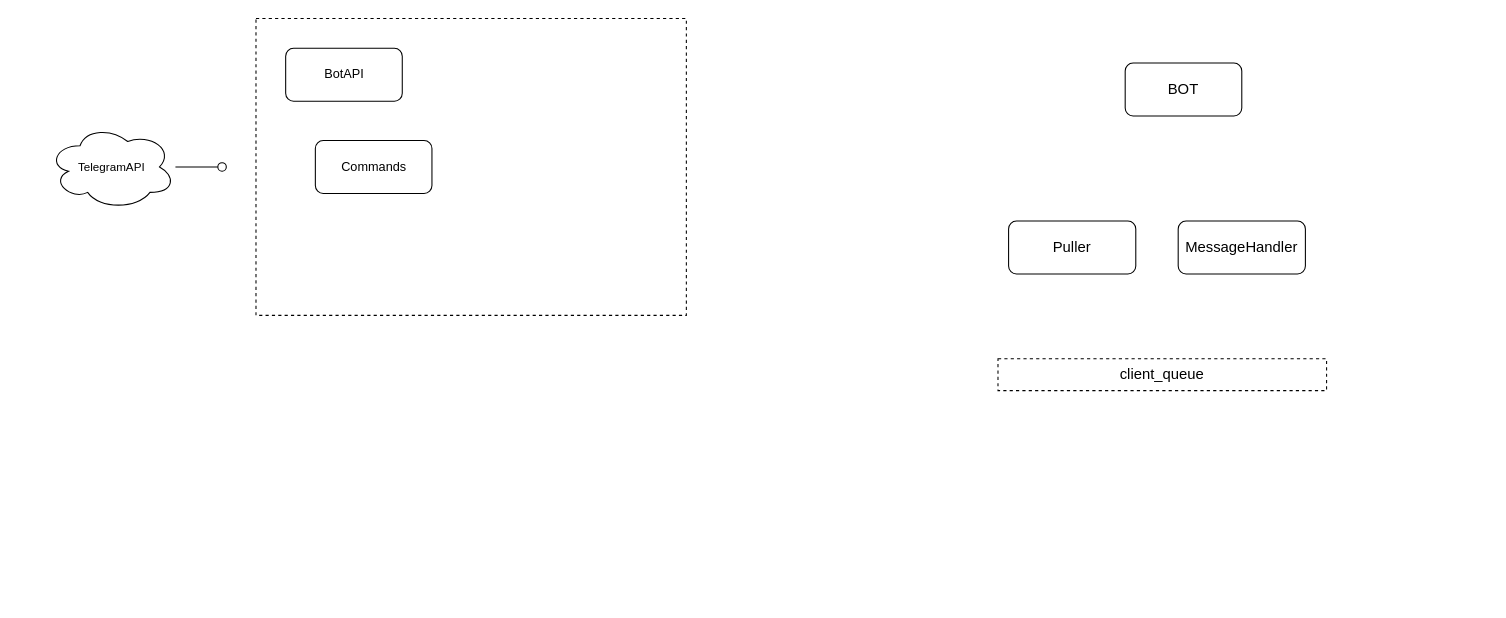
Earlier version of the draw.io diagram structure.drawio (jopiks-s/shutdowns). Source tidied: cells renumbered, new cells numbered last; positions are measured from the earlier drawing's top-left corner, leaving out a move shared by most shapes. Both pictures are drawn from the tidied source at 106%, with x=0, y=0 at pixel (48, 18).
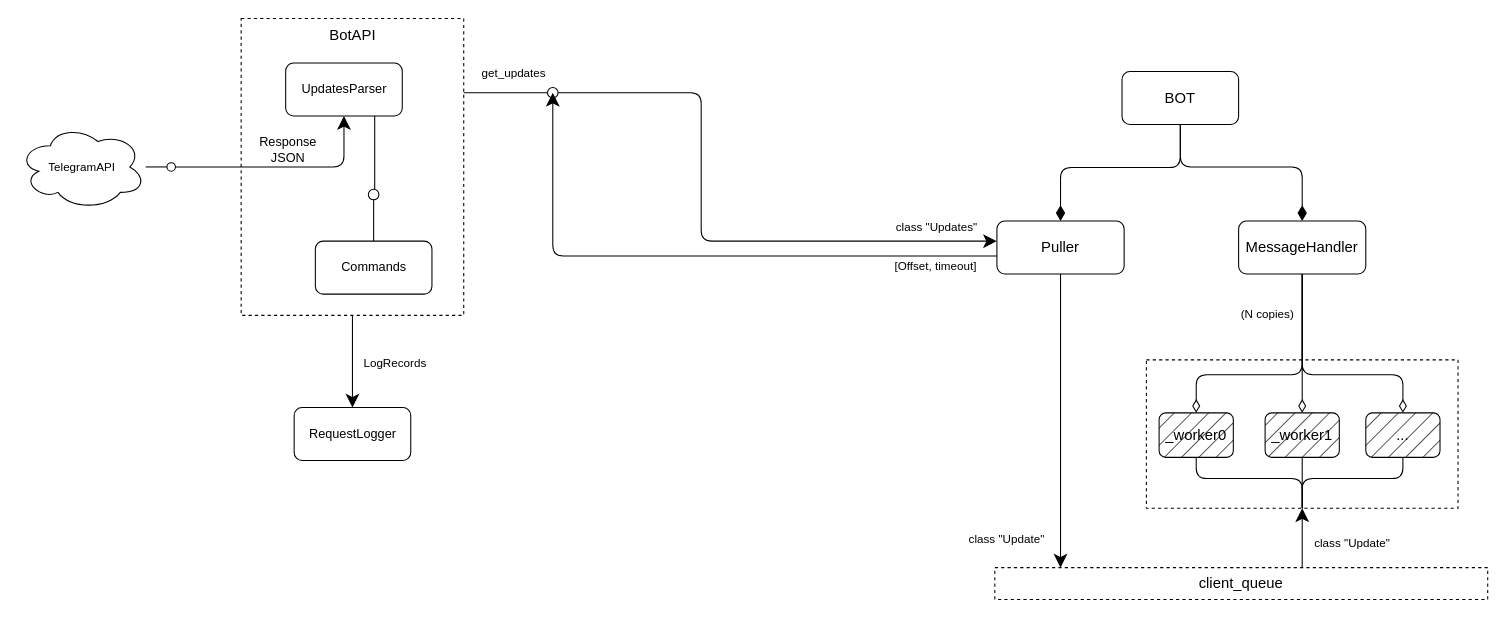
The same page after the edit.

Change to the diagram source:
```diff
@@
+    <mxCell id="12" style="edgeStyle=orthogonalEdgeStyle;shape=connector;rounded=1;jettySize=auto;html=1;labelBackgroundColor=default;strokeColor=default;fontFamily=Helvetica;fontSize=11;fontColor=default;endArrow=diamondThin;endFill=1;endSize=12;" parent="1" edge="1" source="2" target="6">
+      <mxGeometry relative="1" as="geometry" />
+    </mxCell>
     <mxCell id="2" value="&lt;font style=&quot;font-size: 14px;&quot;&gt;BOT&lt;/font&gt;" style="rounded=1;whiteSpace=wrap;html=1;" parent="1" vertex="1">
-      <mxGeometry x="1016" y="42" width="110" height="50" as="geometry" />
+      <mxGeometry x="1013" y="50" width="110" height="50" as="geometry" />
     </mxCell>
@@
     <mxCell id="4" style="ellipse;html=1;fontSize=11;align=center;fillColor=none;points=[];verticalAlign=bottom;labelPosition=center;verticalLabelPosition=top;flipH=1;" parent="1" vertex="1">
-      <mxGeometry x="160" y="136" width="8" height="8" as="geometry" />
+      <mxGeometry x="112" y="136" width="8" height="8" as="geometry" />
     </mxCell>
+    <mxCell id="13" style="edgeStyle=orthogonalEdgeStyle;rounded=1;jettySize=auto;html=1;endSize=10;" parent="1" edge="1" source="4" target="19">
+      <mxGeometry relative="1" as="geometry" />
+    </mxCell>
     <mxCell id="5" value="&lt;font style=&quot;font-size: 14px;&quot;&gt;MessageHandler&lt;/font&gt;" style="rounded=1;whiteSpace=wrap;html=1;" parent="1" vertex="1">
-      <mxGeometry x="1066" y="191" width="120" height="50" as="geometry" />
+      <mxGeometry x="1123" y="191" width="120" height="50" as="geometry" />
     </mxCell>
+    <mxCell id="14" style="edgeStyle=orthogonalEdgeStyle;shape=connector;rounded=1;jettySize=auto;html=1;labelBackgroundColor=default;strokeColor=default;fontFamily=Helvetica;fontSize=11;fontColor=default;endArrow=classic;endSize=10;fontStyle=2;" parent="1" edge="1" source="6">
+      <mxGeometry relative="1" as="geometry">
+        <mxPoint x="476" y="70" as="targetPoint" />
+        <Array as="points">
+          <mxPoint x="476" y="224" />
+        </Array>
+      </mxGeometry>
+    </mxCell>
+    <mxCell id="15" style="edgeStyle=orthogonalEdgeStyle;shape=connector;rounded=1;jettySize=auto;html=1;labelBackgroundColor=default;strokeColor=default;fontFamily=Helvetica;fontSize=11;fontColor=default;endArrow=classic;endSize=10;" parent="1" edge="1" source="6" target="7">
+      <mxGeometry relative="1" as="geometry">
+        <Array as="points">
+          <mxPoint x="955" y="392" />
+          <mxPoint x="955" y="392" />
+        </Array>
+      </mxGeometry>
+    </mxCell>
     <mxCell id="6" value="&lt;font style=&quot;font-size: 14px;&quot;&gt;Puller&lt;/font&gt;" style="rounded=1;whiteSpace=wrap;html=1;" parent="1" vertex="1">
-      <mxGeometry x="906" y="191" width="120" height="50" as="geometry" />
+      <mxGeometry x="895" y="191" width="120" height="50" as="geometry" />
     </mxCell>
+    <mxCell id="8" style="rounded=0;whiteSpace=wrap;html=1;fontFamily=Helvetica;fontSize=11;fontColor=default;dashed=1;fillColor=none;" parent="1" vertex="1">
+      <mxGeometry x="182" width="210" height="280" as="geometry" />
+    </mxCell>
-    <mxCell id="7" value="&lt;font style=&quot;font-size: 14px;&quot;&gt;client_queue&lt;/font&gt;" style="rounded=0;whiteSpace=wrap;html=1;fontFamily=Helvetica;fontSize=11;fontColor=default;dashed=1;" parent="1" vertex="1">
-      <mxGeometry x="896" y="321" width="310" height="30" as="geometry" />
+    <mxCell id="7" value="&lt;font style=&quot;font-size: 14px;&quot;&gt;client_queue&lt;/font&gt;" style="rounded=0;whiteSpace=wrap;html=1;fontFamily=Helvetica;fontSize=11;fontColor=default;dashed=1;fillColor=default;fillStyle=auto;" parent="1" vertex="1">
+      <mxGeometry x="893" y="518" width="465" height="30" as="geometry" />
     </mxCell>
-    <mxCell id="8" style="rounded=0;whiteSpace=wrap;html=1;fontFamily=Helvetica;fontSize=11;fontColor=default;dashed=1;fillColor=none;" parent="1" vertex="1">
-      <mxGeometry x="196" width="406" height="280" as="geometry" />
-    </mxCell>
+    <mxCell id="10" value="TelegramAPI" style="ellipse;shape=cloud;whiteSpace=wrap;html=1;fontFamily=Helvetica;fontSize=11;fontColor=default;" parent="1" vertex="1">
+      <mxGeometry x="-28" y="100" width="120" height="80" as="geometry" />
+    </mxCell>
+    <mxCell id="16" style="edgeStyle=orthogonalEdgeStyle;rounded=0;jettySize=auto;html=1;endArrow=oval;endFill=0;endSize=10;" parent="1" edge="1" source="11">
+      <mxGeometry relative="1" as="geometry">
+        <mxPoint x="307" y="166" as="targetPoint" />
+      </mxGeometry>
+    </mxCell>
+    <mxCell id="17" value="Response&lt;br&gt;JSON" style="text;html=1;align=center;verticalAlign=middle;strokeColor=none;fillColor=none;" parent="1" vertex="1">
+      <mxGeometry x="184" y="103" width="84" height="42" as="geometry" />
+    </mxCell>
+    <mxCell id="11" value="Commands" style="html=1;rounded=1;" parent="1" vertex="1">
+      <mxGeometry x="252" y="210" width="110" height="50" as="geometry" />
+    </mxCell>
+    <mxCell id="18" style="edgeStyle=orthogonalEdgeStyle;shape=connector;rounded=1;jettySize=auto;html=1;labelBackgroundColor=default;strokeColor=default;fontFamily=Helvetica;fontSize=11;fontColor=default;endArrow=none;endFill=0;" parent="1" edge="1" source="19">
+      <mxGeometry relative="1" as="geometry">
+        <mxPoint x="308" y="161" as="targetPoint" />
+        <Array as="points">
+          <mxPoint x="308" y="112" />
+          <mxPoint x="308" y="112" />
+        </Array>
+      </mxGeometry>
+    </mxCell>
+    <mxCell id="19" value="UpdatesParser" style="html=1;rounded=1;" parent="1" vertex="1">
+      <mxGeometry x="224" y="42" width="110" height="50" as="geometry" />
+    </mxCell>
+    <mxCell id="20" value="class &quot;Updates&quot;" style="text;html=1;align=center;verticalAlign=middle;strokeColor=none;fillColor=none;fontSize=11;fontFamily=Helvetica;fontColor=default;" parent="1" vertex="1">
+      <mxGeometry x="782" y="183" width="112" height="28" as="geometry" />
+    </mxCell>
-    <mxCell id="9" value="BotAPI" style="html=1;rounded=1;" parent="1" vertex="1">
-      <mxGeometry x="224" y="28" width="110" height="50" as="geometry" />
+    <mxCell id="9" value="BotAPI" style="text;html=1;align=center;verticalAlign=middle;strokeColor=none;fillColor=default;fontSize=14;fontFamily=Helvetica;fontColor=default;" parent="1" vertex="1">
+      <mxGeometry x="183" y="2" width="208" height="28" as="geometry" />
     </mxCell>
-    <mxCell id="10" value="TelegramAPI" style="ellipse;shape=cloud;whiteSpace=wrap;html=1;fontFamily=Helvetica;fontSize=11;fontColor=default;" parent="1" vertex="1">
-      <mxGeometry y="100" width="120" height="80" as="geometry" />
-    </mxCell>
-    <mxCell id="11" value="Commands" style="html=1;rounded=1;" parent="1" vertex="1">
-      <mxGeometry x="252" y="115" width="110" height="50" as="geometry" />
-    </mxCell>
+    <mxCell id="21" style="edgeStyle=orthogonalEdgeStyle;shape=connector;rounded=1;jettySize=auto;html=1;labelBackgroundColor=default;strokeColor=default;fontFamily=Helvetica;fontSize=11;fontColor=default;endArrow=diamondThin;endFill=1;endSize=12;" parent="1" edge="1" source="2" target="5">
+      <mxGeometry relative="1" as="geometry">
+        <Array as="points">
+          <mxPoint x="1068" y="140" />
+          <mxPoint x="1183" y="140" />
+        </Array>
+      </mxGeometry>
+    </mxCell>
+    <mxCell id="22" style="edgeStyle=orthogonalEdgeStyle;rounded=0;jettySize=auto;html=1;endArrow=oval;endFill=0;endSize=10;" parent="1" edge="1" source="8">
+      <mxGeometry relative="1" as="geometry">
+        <mxPoint x="476" y="70" as="targetPoint" />
+        <Array as="points">
+          <mxPoint x="476" y="70" />
+        </Array>
+      </mxGeometry>
+    </mxCell>
+    <mxCell id="23" value="get_updates" style="text;html=1;align=center;verticalAlign=middle;strokeColor=none;fillColor=none;fontSize=11;fontFamily=Helvetica;fontColor=default;" parent="1" vertex="1">
+      <mxGeometry x="397" y="38" width="84" height="28" as="geometry" />
+    </mxCell>
+    <mxCell id="24" value="[Offset, timeout]" style="text;html=1;align=center;verticalAlign=middle;strokeColor=none;fillColor=none;fontSize=11;fontFamily=Helvetica;fontColor=default;" parent="1" vertex="1">
+      <mxGeometry x="781" y="220" width="112" height="28" as="geometry" />
+    </mxCell>
+    <mxCell id="25" style="edgeStyle=orthogonalEdgeStyle;shape=connector;rounded=1;jettySize=auto;html=1;labelBackgroundColor=default;strokeColor=default;fontFamily=Helvetica;fontSize=11;fontColor=default;endArrow=classic;endSize=10;fontStyle=2;" parent="1" edge="1" target="6">
+      <mxGeometry relative="1" as="geometry">
+        <mxPoint x="481" y="70" as="sourcePoint" />
+        <Array as="points">
+          <mxPoint x="616" y="70" />
+          <mxPoint x="616" y="210" />
+        </Array>
+      </mxGeometry>
+    </mxCell>
+    <mxCell id="26" value="class &quot;Update&quot;" style="text;html=1;align=center;verticalAlign=middle;strokeColor=none;fillColor=none;fontSize=11;fontFamily=Helvetica;fontColor=default;" parent="1" vertex="1">
+      <mxGeometry x="855" y="477" width="98" height="28" as="geometry" />
+    </mxCell>
+    <mxCell id="27" value="(N copies)" style="text;html=1;align=center;verticalAlign=middle;strokeColor=none;fillColor=none;fontSize=11;fontFamily=Helvetica;fontColor=default;" parent="1" vertex="1">
+      <mxGeometry x="1108" y="265" width="84" height="28" as="geometry" />
+    </mxCell>
+    <mxCell id="28" style="edgeStyle=orthogonalEdgeStyle;shape=connector;rounded=1;jettySize=auto;html=1;labelBackgroundColor=default;strokeColor=default;fontFamily=Helvetica;fontSize=11;fontColor=default;endArrow=diamondThin;endSize=10;endFill=0;" parent="1" edge="1" source="5" target="34">
+      <mxGeometry relative="1" as="geometry">
+        <Array as="points">
+          <mxPoint x="1115" y="336" />
+          <mxPoint x="1015" y="336" />
+        </Array>
+      </mxGeometry>
+    </mxCell>
+    <mxCell id="29" style="edgeStyle=orthogonalEdgeStyle;shape=connector;rounded=1;jettySize=auto;html=1;labelBackgroundColor=default;strokeColor=default;fontFamily=Helvetica;fontSize=11;fontColor=default;endArrow=diamondThin;endSize=10;endFill=0;" parent="1" edge="1" source="5" target="33">
+      <mxGeometry relative="1" as="geometry" />
+    </mxCell>
+    <mxCell id="30" style="edgeStyle=orthogonalEdgeStyle;shape=connector;rounded=1;jettySize=auto;html=1;labelBackgroundColor=default;strokeColor=default;fontFamily=Helvetica;fontSize=11;fontColor=default;endArrow=diamondThin;endSize=10;endFill=0;" parent="1" edge="1" source="5" target="35">
+      <mxGeometry relative="1" as="geometry">
+        <Array as="points">
+          <mxPoint x="1183" y="336" />
+          <mxPoint x="1278" y="336" />
+        </Array>
+      </mxGeometry>
+    </mxCell>
+    <mxCell id="31" style="group;" parent="1" vertex="1">
+      <mxGeometry x="1036" y="322" width="294" height="140" as="geometry" />
+    </mxCell>
+    <mxCell id="32" style="rounded=0;whiteSpace=wrap;html=1;fontFamily=Helvetica;fontSize=11;fontColor=default;dashed=1;fillColor=none;" parent="31" vertex="1">
+      <mxGeometry width="294" height="140" as="geometry" />
+    </mxCell>
+    <mxCell id="33" value="&lt;font style=&quot;font-size: 14px;&quot;&gt;_worker1&lt;/font&gt;" style="rounded=1;whiteSpace=wrap;html=1;fillStyle=hatch;fillColor=#31283B;glass=0;shadow=0;" parent="31" vertex="1">
+      <mxGeometry x="112" y="50" width="70" height="42" as="geometry" />
+    </mxCell>
+    <mxCell id="34" value="&lt;font style=&quot;font-size: 14px;&quot;&gt;_worker0&lt;/font&gt;" style="rounded=1;whiteSpace=wrap;html=1;fillStyle=hatch;fillColor=#31283B;glass=0;shadow=0;" parent="31" vertex="1">
+      <mxGeometry x="12" y="50" width="70" height="42" as="geometry" />
+    </mxCell>
+    <mxCell id="35" value="&lt;span style=&quot;font-size: 14px;&quot;&gt;...&lt;/span&gt;" style="rounded=1;whiteSpace=wrap;html=1;fillStyle=hatch;fillColor=#31283B;glass=0;shadow=0;" parent="31" vertex="1">
+      <mxGeometry x="207" y="50" width="70" height="42" as="geometry" />
+    </mxCell>
+    <mxCell id="36" style="edgeStyle=orthogonalEdgeStyle;shape=connector;rounded=1;jettySize=auto;html=1;labelBackgroundColor=default;strokeColor=default;fontFamily=Helvetica;fontSize=11;fontColor=default;endArrow=none;endSize=10;endFill=0;exitX=0.5;exitY=1;exitDx=0;exitDy=0;" parent="31" edge="1" source="32" target="35">
+      <mxGeometry relative="1" as="geometry">
+        <Array as="points">
+          <mxPoint x="147" y="112" />
+          <mxPoint x="242" y="112" />
+        </Array>
+      </mxGeometry>
+    </mxCell>
+    <mxCell id="37" style="edgeStyle=orthogonalEdgeStyle;shape=connector;rounded=1;jettySize=auto;html=1;labelBackgroundColor=default;strokeColor=default;fontFamily=Helvetica;fontSize=11;fontColor=default;endArrow=none;endSize=10;endFill=0;exitX=0.5;exitY=1;exitDx=0;exitDy=0;" parent="31" edge="1" source="32" target="33">
+      <mxGeometry relative="1" as="geometry">
+        <Array as="points">
+          <mxPoint x="147" y="112" />
+          <mxPoint x="147" y="112" />
+        </Array>
+      </mxGeometry>
+    </mxCell>
+    <mxCell id="38" style="edgeStyle=orthogonalEdgeStyle;shape=connector;rounded=1;jettySize=auto;html=1;labelBackgroundColor=default;strokeColor=default;fontFamily=Helvetica;fontSize=11;fontColor=default;endArrow=none;endSize=10;endFill=0;exitX=0.5;exitY=1;exitDx=0;exitDy=0;" parent="31" edge="1" source="32" target="34">
+      <mxGeometry relative="1" as="geometry">
+        <Array as="points">
+          <mxPoint x="147" y="112" />
+          <mxPoint x="47" y="112" />
+        </Array>
+      </mxGeometry>
+    </mxCell>
+    <mxCell id="39" style="edgeStyle=orthogonalEdgeStyle;shape=connector;rounded=1;jettySize=auto;html=1;labelBackgroundColor=default;strokeColor=default;fontFamily=Helvetica;fontSize=11;fontColor=default;endArrow=classic;endSize=10;" parent="1" edge="1" source="7" target="32">
+      <mxGeometry relative="1" as="geometry">
+        <Array as="points">
+          <mxPoint x="1183" y="504" />
+          <mxPoint x="1183" y="504" />
+        </Array>
+      </mxGeometry>
+    </mxCell>
+    <mxCell id="40" value="class &quot;Update&quot;" style="text;html=1;align=center;verticalAlign=middle;strokeColor=none;fillColor=none;fontSize=11;fontFamily=Helvetica;fontColor=default;" parent="1" vertex="1">
+      <mxGeometry x="1181" y="481" width="98" height="28" as="geometry" />
+    </mxCell>
+    <mxCell id="41" style="edgeStyle=orthogonalEdgeStyle;shape=connector;rounded=1;jettySize=auto;html=1;labelBackgroundColor=default;strokeColor=default;fontFamily=Helvetica;fontSize=11;fontColor=default;endArrow=classic;endSize=10;" parent="1" edge="1" source="8" target="42">
+      <mxGeometry relative="1" as="geometry" />
+    </mxCell>
+    <mxCell id="42" value="RequestLogger" style="html=1;rounded=1;" parent="1" vertex="1">
+      <mxGeometry x="232" y="367" width="110" height="50" as="geometry" />
+    </mxCell>
+    <mxCell id="43" value="LogRecords" style="text;html=1;align=center;verticalAlign=middle;strokeColor=none;fillColor=none;fontSize=11;fontFamily=Helvetica;fontColor=default;" parent="1" vertex="1">
+      <mxGeometry x="285" y="311" width="84" height="28" as="geometry" />
+    </mxCell>
```
